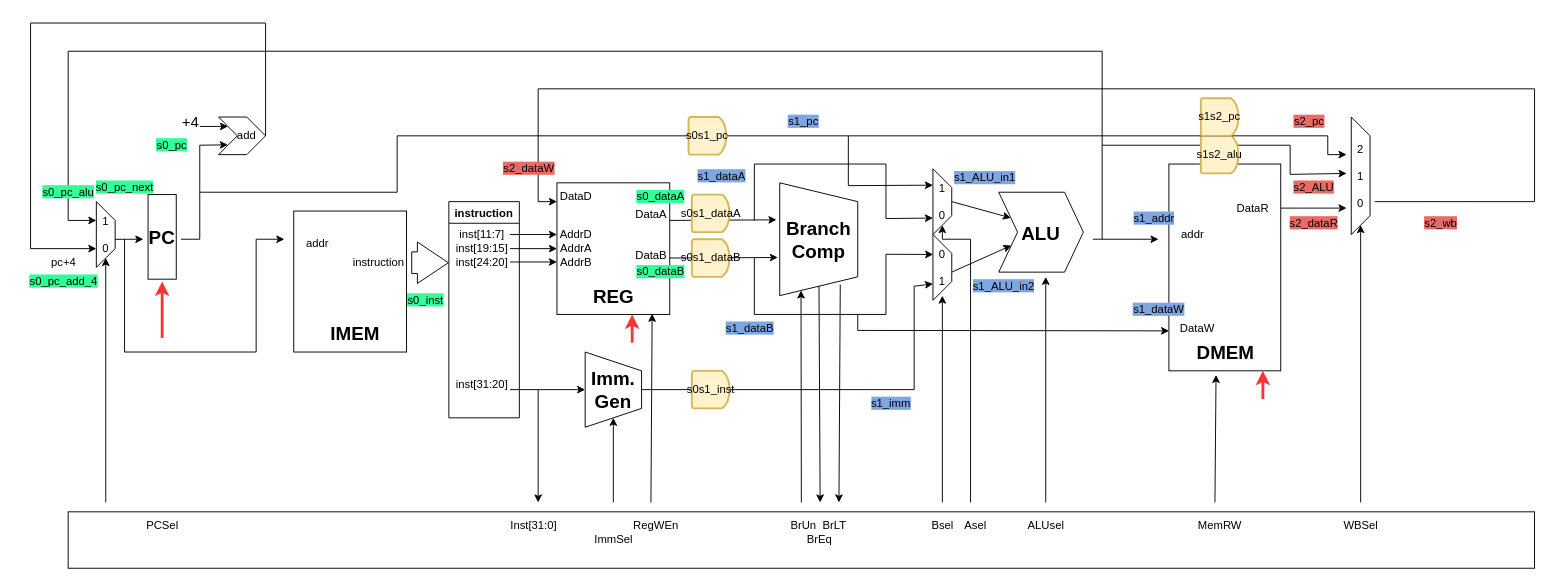
Before: doc/pipelineDiagram/pipelineDiagram.drawio in cedard234/Coupris40, a draw.io diagram. Source tidied: cells renumbered, new cells numbered last; positions are measured from the earlier drawing's top-left corner, leaving out a move shared by most shapes. Both pictures are drawn from the tidied source at 94%, with x=0, y=0 at pixel (16, 23).
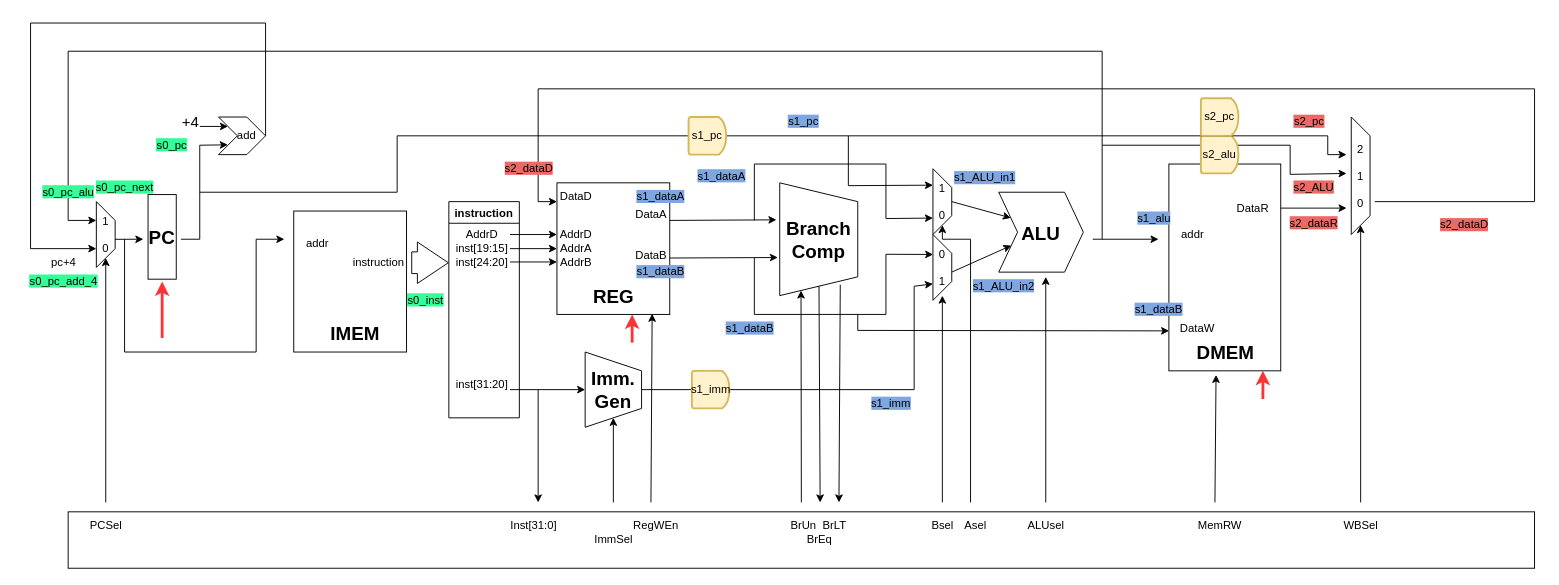
Above is the later version.

Commit message (it also covers changes not shown here):
Renamed some wires in the pipeline diagram

The change refers to these unchanged cells:
```xml
<mxCell id="18" style="group;" parent="1" vertex="1">
  <mxGeometry x="565" y="170" width="155" height="140" as="geometry" />
</mxCell>
```

What changed in the source:
```diff
@@
-    <mxCell id="27" value="&lt;p&gt;&lt;span style=&quot;background-color: rgb(51, 255, 153);&quot;&gt;s0_dataA&lt;/span&gt;&lt;/p&gt;" style="text;html=1;align=center;verticalAlign=middle;strokeColor=none;fillColor=none;" parent="18" vertex="1">
+    <mxCell id="27" value="&lt;p&gt;&lt;span style=&quot;background-color: rgb(126, 166, 224);&quot;&gt;s1_dataA&lt;/span&gt;&lt;/p&gt;" style="text;html=1;align=center;verticalAlign=middle;strokeColor=none;fillColor=none;" parent="18" vertex="1">
       <mxGeometry x="85" y="-10" width="70" height="50" as="geometry" />
     </mxCell>
-    <mxCell id="28" value="&lt;p&gt;&lt;span style=&quot;background-color: rgb(51, 255, 153);&quot;&gt;s0_dataB&lt;/span&gt;&lt;/p&gt;" style="text;html=1;align=center;verticalAlign=middle;strokeColor=none;fillColor=none;" parent="18" vertex="1">
+    <mxCell id="28" value="&lt;p&gt;&lt;span style=&quot;background-color: rgb(126, 166, 224);&quot;&gt;s1_dataB&lt;/span&gt;&lt;/p&gt;" style="text;html=1;align=center;verticalAlign=middle;strokeColor=none;fillColor=none;" parent="18" vertex="1">
       <mxGeometry x="85" y="70" width="70" height="50" as="geometry" />
     </mxCell>
@@
-    <mxCell id="30" value="inst[11:7]" style="text;html=1;align=center;verticalAlign=middle;strokeColor=none;fillColor=none;" parent="1" vertex="1">
-      <mxGeometry x="460" y="210" width="70" height="30" as="geometry" />
+    <mxCell id="30" value="AddrD" style="text;html=1;align=center;verticalAlign=middle;strokeColor=none;fillColor=none;" parent="1" vertex="1">
+      <mxGeometry x="465" y="210" width="60" height="30" as="geometry" />
     </mxCell>
@@
     <mxCell id="71" value="PCSel" style="text;html=1;align=center;verticalAlign=middle;strokeColor=none;fillColor=none;" parent="1" vertex="1">
-      <mxGeometry x="125" y="520" width="60" height="30" as="geometry" />
+      <mxGeometry x="65" y="520" width="60" height="30" as="geometry" />
     </mxCell>
@@
-    <mxCell id="92" value="s0s1_dataA" style="strokeWidth=2;html=1;shape=mxgraph.flowchart.delay;whiteSpace=wrap;fillColor=#fff2cc;strokeColor=#d6b656;" parent="1" vertex="1">
-      <mxGeometry x="718.5" y="182.5" width="40" height="40" as="geometry" />
-    </mxCell>
-    <mxCell id="93" value="s0s1_dataB" style="strokeWidth=2;html=1;shape=mxgraph.flowchart.delay;whiteSpace=wrap;fillColor=#fff2cc;strokeColor=#d6b656;" parent="1" vertex="1">
-      <mxGeometry x="718.5" y="230" width="40" height="40" as="geometry" />
-    </mxCell>
@@
-    <mxCell id="95" value="s0s1_inst" style="strokeWidth=2;html=1;shape=mxgraph.flowchart.delay;whiteSpace=wrap;fillColor=#fff2cc;strokeColor=#d6b656;" parent="1" vertex="1">
+    <mxCell id="95" value="s1_imm" style="strokeWidth=2;html=1;shape=mxgraph.flowchart.delay;whiteSpace=wrap;fillColor=#fff2cc;strokeColor=#d6b656;" parent="1" vertex="1">
       <mxGeometry x="718.5" y="370" width="40" height="40" as="geometry" />
     </mxCell>
-    <mxCell id="96" value="s0s1_pc" style="strokeWidth=2;html=1;shape=mxgraph.flowchart.delay;whiteSpace=wrap;fillColor=#fff2cc;strokeColor=#d6b656;" parent="1" vertex="1">
+    <mxCell id="96" value="s1_pc" style="strokeWidth=2;html=1;shape=mxgraph.flowchart.delay;whiteSpace=wrap;fillColor=#fff2cc;strokeColor=#d6b656;" parent="1" vertex="1">
       <mxGeometry x="715" y="100" width="40" height="40" as="geometry" />
     </mxCell>
-    <mxCell id="97" value="s1s2_alu" style="strokeWidth=2;html=1;shape=mxgraph.flowchart.delay;whiteSpace=wrap;fillColor=#fff2cc;strokeColor=#d6b656;" parent="1" vertex="1">
+    <mxCell id="97" value="s2_alu" style="strokeWidth=2;html=1;shape=mxgraph.flowchart.delay;whiteSpace=wrap;fillColor=#fff2cc;strokeColor=#d6b656;" parent="1" vertex="1">
       <mxGeometry x="1260" y="120" width="40" height="40" as="geometry" />
     </mxCell>
@@
-    <mxCell id="99" value="s1s2_pc" style="strokeWidth=2;html=1;shape=mxgraph.flowchart.delay;whiteSpace=wrap;fillColor=#fff2cc;strokeColor=#d6b656;" parent="1" vertex="1">
+    <mxCell id="99" value="s2_pc" style="strokeWidth=2;html=1;shape=mxgraph.flowchart.delay;whiteSpace=wrap;fillColor=#fff2cc;strokeColor=#d6b656;" parent="1" vertex="1">
       <mxGeometry x="1260" y="80" width="40" height="40" as="geometry" />
     </mxCell>
@@
-    <mxCell id="106" value="&lt;p&gt;&lt;span style=&quot;background-color: rgb(126, 166, 224);&quot;&gt;s1_dataW&lt;/span&gt;&lt;/p&gt;" style="text;html=1;align=center;verticalAlign=middle;strokeColor=none;fillColor=none;" parent="1" vertex="1">
-      <mxGeometry x="1175" y="280" width="80" height="50" as="geometry" />
+    <mxCell id="106" value="&lt;p&gt;&lt;span style=&quot;background-color: rgb(126, 166, 224);&quot;&gt;s1_dataB&lt;/span&gt;&lt;/p&gt;" style="text;html=1;align=center;verticalAlign=middle;strokeColor=none;fillColor=none;" parent="1" vertex="1">
+      <mxGeometry x="1180" y="280" width="70" height="50" as="geometry" />
     </mxCell>
@@
-    <mxCell id="110" value="&lt;p&gt;&lt;span style=&quot;background-color: rgb(234, 107, 102);&quot;&gt;s2_wb&lt;/span&gt;&lt;/p&gt;" style="text;html=1;align=center;verticalAlign=middle;strokeColor=none;fillColor=none;" parent="1" vertex="1">
-      <mxGeometry x="1485" y="187.5" width="60" height="50" as="geometry" />
-    </mxCell>
-    <mxCell id="111" value="&lt;p&gt;&lt;span style=&quot;background-color: rgb(234, 107, 102);&quot;&gt;s2_dataW&lt;/span&gt;&lt;/p&gt;" style="text;html=1;align=center;verticalAlign=middle;strokeColor=none;fillColor=none;" parent="1" vertex="1">
-      <mxGeometry x="505" y="130" width="80" height="50" as="geometry" />
+    <mxCell id="111" value="&lt;p&gt;&lt;span style=&quot;background-color: rgb(234, 107, 102);&quot;&gt;s2_dataD&lt;/span&gt;&lt;/p&gt;" style="text;html=1;align=center;verticalAlign=middle;strokeColor=none;fillColor=none;" parent="1" vertex="1">
+      <mxGeometry x="510" y="130" width="70" height="50" as="geometry" />
     </mxCell>
@@
-    <mxCell id="114" value="&lt;p&gt;&lt;span style=&quot;background-color: rgb(126, 166, 224);&quot;&gt;s1_addr&lt;/span&gt;&lt;/p&gt;" style="text;html=1;align=center;verticalAlign=middle;strokeColor=none;fillColor=none;" parent="1" vertex="1">
-      <mxGeometry x="1175" y="182.5" width="70" height="50" as="geometry" />
+    <mxCell id="114" value="&lt;p&gt;&lt;span style=&quot;background-color: rgb(126, 166, 224);&quot;&gt;s1_alu&lt;/span&gt;&lt;/p&gt;" style="text;html=1;align=center;verticalAlign=middle;strokeColor=none;fillColor=none;" parent="1" vertex="1">
+      <mxGeometry x="1180" y="182.5" width="60" height="50" as="geometry" />
     </mxCell>
+    <mxCell id="115" value="&lt;p&gt;&lt;span style=&quot;background-color: rgb(234, 107, 102);&quot;&gt;s2_dataD&lt;/span&gt;&lt;/p&gt;" style="text;html=1;align=center;verticalAlign=middle;strokeColor=none;fillColor=none;" parent="1" vertex="1">
+      <mxGeometry x="1505" y="190" width="70" height="50" as="geometry" />
+    </mxCell>
```
